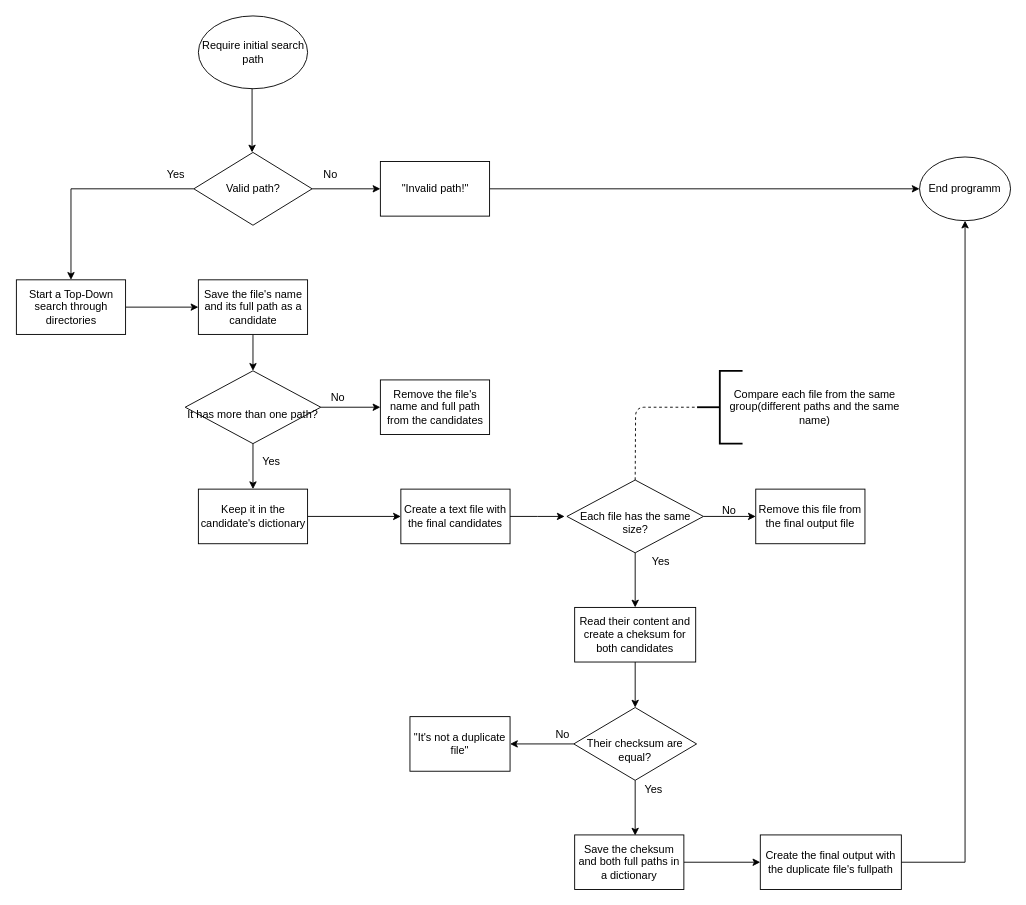
gustavomv/FindDuplicateFiles keeps this draw.io diagram as Untitled Diagram.drawio. Above is the earlier version. Source tidied: cells renumbered, new cells numbered last; positions are measured from the earlier drawing's top-left corner, leaving out a move shared by most shapes. Both pictures are drawn from the tidied source at 91%, with x=0, y=0 at pixel (16, 15).
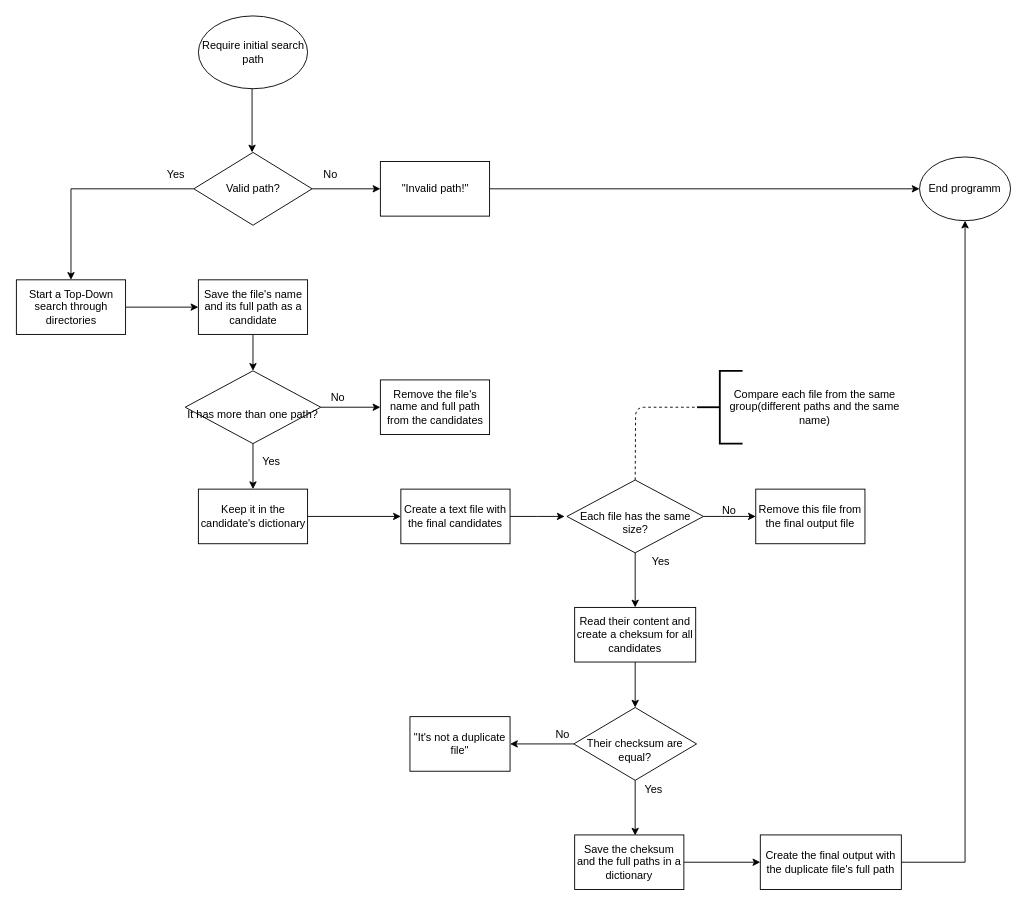
The same diagram, later.

Diff of the diagram source:
```diff
@@
-    <mxCell id="36" value="Read their content and create a cheksum for both candidates" style="rounded=0;whiteSpace=wrap;html=1;" parent="1" vertex="1">
+    <mxCell id="36" value="Read their content and create a cheksum for all candidates" style="rounded=0;whiteSpace=wrap;html=1;" parent="1" vertex="1">
       <mxGeometry x="613" y="650" width="133" height="60" as="geometry" />
     </mxCell>
@@
-    <mxCell id="43" value="Save the cheksum and both full paths in a dictionary" style="rounded=0;whiteSpace=wrap;html=1;" parent="1" vertex="1">
+    <mxCell id="43" value="Save the cheksum and the full paths in a dictionary" style="rounded=0;whiteSpace=wrap;html=1;" parent="1" vertex="1">
       <mxGeometry x="613" y="900" width="120" height="60" as="geometry" />
     </mxCell>
@@
-    <mxCell id="46" value="Create the final output with the duplicate file's fullpath" style="rounded=0;whiteSpace=wrap;html=1;" parent="1" vertex="1">
+    <mxCell id="46" value="Create the final output with the duplicate file's full path" style="rounded=0;whiteSpace=wrap;html=1;" parent="1" vertex="1">
       <mxGeometry x="817" y="900" width="155" height="60" as="geometry" />
     </mxCell>
```
